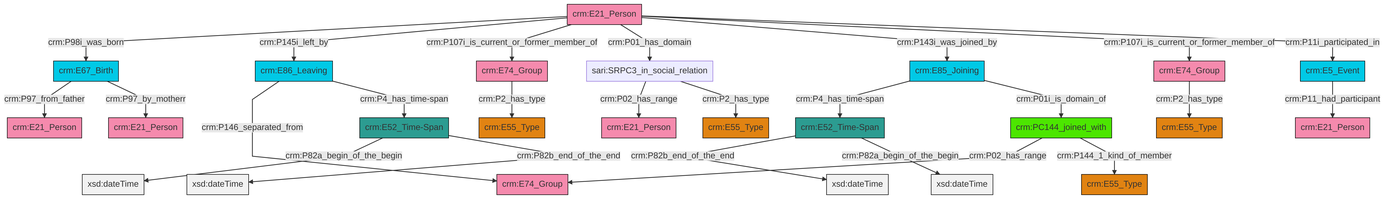
This is et/personCSV/ttl/mmd/png/Person_Actor_Relations.png from swiss-art-research-net/reference-data-models, a Mermaid export, as it was before one commit. Its source is kept beside it as et/personCSV/ttl/mmd/Person_Actor_Relations.ttl.mmd.
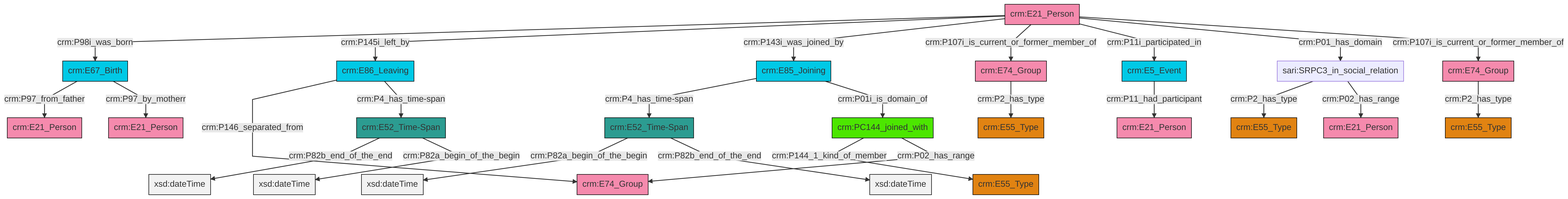
The same diagram one commit later.

Change to the diagram source:
```diff
@@ -13,27 +13,27 @@
 classDef PC_Classes fill:#4ce600, stroke:#000000;
 classDef Multi fill:#cccccc,stroke:#000000;
 
-4["crm:E5_Event"]:::Temporal_Entity -->|crm:P11_had_participant| 0["crm:E21_Person"]:::Actor
-5["crm:E52_Time-Span"]:::Time-Span -->|crm:P82b_end_of_the_end| 6[xsd:dateTime]:::Literal
-9["crm:E21_Person"]:::Actor -->|crm:P98i_was_born| 10["crm:E67_Birth"]:::Temporal_Entity
-13["sari:SRPC3_in_social_relation"]:::Default -->|crm:P02_has_range| 14["crm:E21_Person"]:::Actor
-9["crm:E21_Person"]:::Actor -->|crm:P145i_left_by| 18["crm:E86_Leaving"]:::Temporal_Entity
-5["crm:E52_Time-Span"]:::Time-Span -->|crm:P82a_begin_of_the_begin| 21[xsd:dateTime]:::Literal
-10["crm:E67_Birth"]:::Temporal_Entity -->|crm:P97_from_father| 24["crm:E21_Person"]:::Actor
-27["crm:E52_Time-Span"]:::Time-Span -->|crm:P82a_begin_of_the_begin| 28[xsd:dateTime]:::Literal
-29["crm:E85_Joining"]:::Temporal_Entity -->|crm:P4_has_time-span| 5["crm:E52_Time-Span"]:::Time-Span
-29["crm:E85_Joining"]:::Temporal_Entity -->|crm:P01i_is_domain_of| 19["crm:PC144_joined_with"]:::PC_Classes
-10["crm:E67_Birth"]:::Temporal_Entity -->|crm:P97_by_motherr| 25["crm:E21_Person"]:::Actor
-19["crm:PC144_joined_with"]:::PC_Classes -->|crm:P02_has_range| 30["crm:E74_Group"]:::Actor
-22["crm:E74_Group"]:::Actor -->|crm:P2_has_type| 7["crm:E55_Type"]:::Type
-19["crm:PC144_joined_with"]:::PC_Classes -->|crm:P144_1_kind_of_member| 31["crm:E55_Type"]:::Type
-9["crm:E21_Person"]:::Actor -->|crm:P107i_is_current_or_former_member_of| 22["crm:E74_Group"]:::Actor
-27["crm:E52_Time-Span"]:::Time-Span -->|crm:P82b_end_of_the_end| 35[xsd:dateTime]:::Literal
-9["crm:E21_Person"]:::Actor -->|crm:P01_has_domain| 13["sari:SRPC3_in_social_relation"]:::Default
-9["crm:E21_Person"]:::Actor -->|crm:P143i_was_joined_by| 29["crm:E85_Joining"]:::Temporal_Entity
-9["crm:E21_Person"]:::Actor -->|crm:P107i_is_current_or_former_member_of| 38["crm:E74_Group"]:::Actor
-18["crm:E86_Leaving"]:::Temporal_Entity -->|crm:P146_separated_from| 30["crm:E74_Group"]:::Actor
-18["crm:E86_Leaving"]:::Temporal_Entity -->|crm:P4_has_time-span| 27["crm:E52_Time-Span"]:::Time-Span
-38["crm:E74_Group"]:::Actor -->|crm:P2_has_type| 2["crm:E55_Type"]:::Type
-9["crm:E21_Person"]:::Actor -->|crm:P11i_participated_in| 4["crm:E5_Event"]:::Temporal_Entity
-13["sari:SRPC3_in_social_relation"]:::Default -->|crm:P2_has_type| 15["crm:E55_Type"]:::Type
+2["sari:SRPC3_in_social_relation"]:::Default -->|crm:P2_has_type| 3["crm:E55_Type"]:::Type
+6["crm:E52_Time-Span"]:::Time-Span -->|crm:P82b_end_of_the_end| 7[xsd:dateTime]:::Literal
+10["crm:E52_Time-Span"]:::Time-Span -->|crm:P82a_begin_of_the_begin| 11[xsd:dateTime]:::Literal
+12["crm:E21_Person"]:::Actor -->|crm:P98i_was_born| 13["crm:E67_Birth"]:::Temporal_Entity
+14["crm:E5_Event"]:::Temporal_Entity -->|crm:P11_had_participant| 0["crm:E21_Person"]:::Actor
+12["crm:E21_Person"]:::Actor -->|crm:P145i_left_by| 16["crm:E86_Leaving"]:::Temporal_Entity
+13["crm:E67_Birth"]:::Temporal_Entity -->|crm:P97_from_father| 4["crm:E21_Person"]:::Actor
+17["crm:E74_Group"]:::Actor -->|crm:P2_has_type| 18["crm:E55_Type"]:::Type
+12["crm:E21_Person"]:::Actor -->|crm:P143i_was_joined_by| 19["crm:E85_Joining"]:::Temporal_Entity
+20["crm:PC144_joined_with"]:::PC_Classes -->|crm:P144_1_kind_of_member| 8["crm:E55_Type"]:::Type
+24["crm:E74_Group"]:::Actor -->|crm:P2_has_type| 25["crm:E55_Type"]:::Type
+10["crm:E52_Time-Span"]:::Time-Span -->|crm:P82b_end_of_the_end| 27[xsd:dateTime]:::Literal
+6["crm:E52_Time-Span"]:::Time-Span -->|crm:P82a_begin_of_the_begin| 28[xsd:dateTime]:::Literal
+2["sari:SRPC3_in_social_relation"]:::Default -->|crm:P02_has_range| 29["crm:E21_Person"]:::Actor
+12["crm:E21_Person"]:::Actor -->|crm:P107i_is_current_or_former_member_of| 24["crm:E74_Group"]:::Actor
+19["crm:E85_Joining"]:::Temporal_Entity -->|crm:P4_has_time-span| 10["crm:E52_Time-Span"]:::Time-Span
+20["crm:PC144_joined_with"]:::PC_Classes -->|crm:P02_has_range| 30["crm:E74_Group"]:::Actor
+13["crm:E67_Birth"]:::Temporal_Entity -->|crm:P97_by_motherr| 33["crm:E21_Person"]:::Actor
+16["crm:E86_Leaving"]:::Temporal_Entity -->|crm:P146_separated_from| 30["crm:E74_Group"]:::Actor
+19["crm:E85_Joining"]:::Temporal_Entity -->|crm:P01i_is_domain_of| 20["crm:PC144_joined_with"]:::PC_Classes
+16["crm:E86_Leaving"]:::Temporal_Entity -->|crm:P4_has_time-span| 6["crm:E52_Time-Span"]:::Time-Span
+12["crm:E21_Person"]:::Actor -->|crm:P11i_participated_in| 14["crm:E5_Event"]:::Temporal_Entity
+12["crm:E21_Person"]:::Actor -->|crm:P01_has_domain| 2["sari:SRPC3_in_social_relation"]:::Default
+12["crm:E21_Person"]:::Actor -->|crm:P107i_is_current_or_former_member_of| 17["crm:E74_Group"]:::Actor
```
